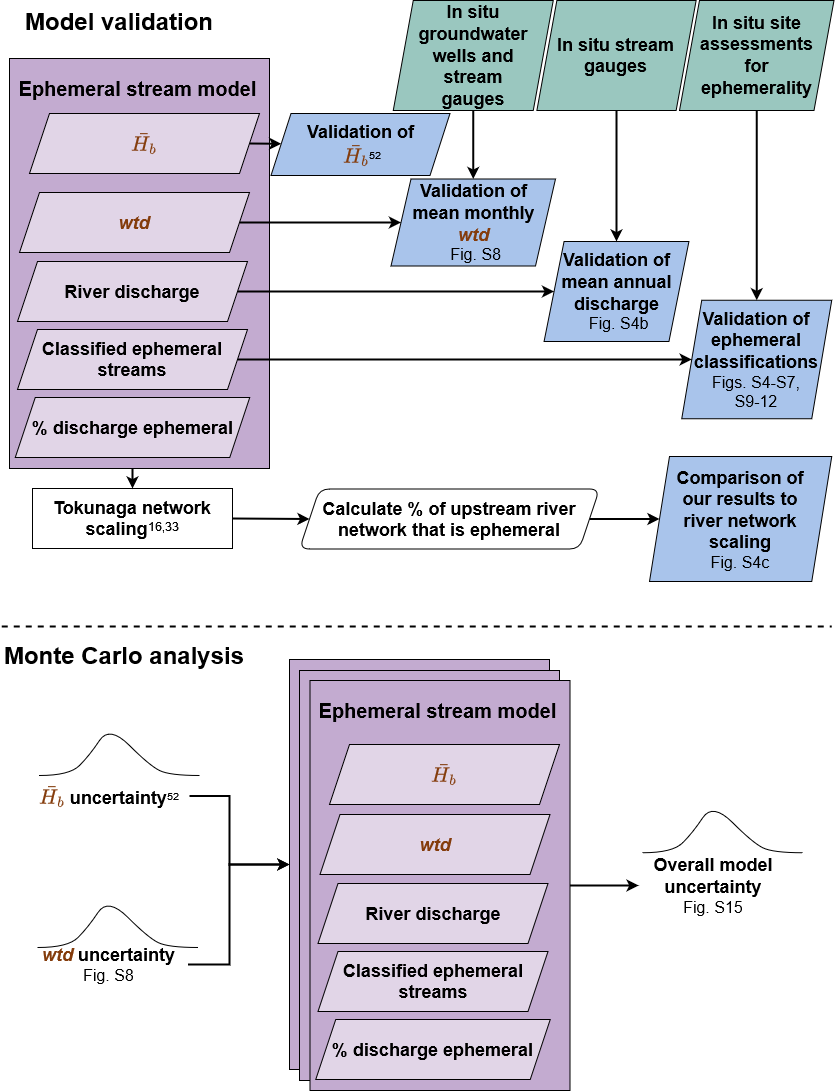
Earlier version of the draw.io export cache/flowchart_validation.png (craigbrinkerhoff/CONUS_ephemeral). Source tidied: cells renumbered, new cells last; positions are measured from the earlier drawing's top-left corner, leaving out a move shared by most shapes.
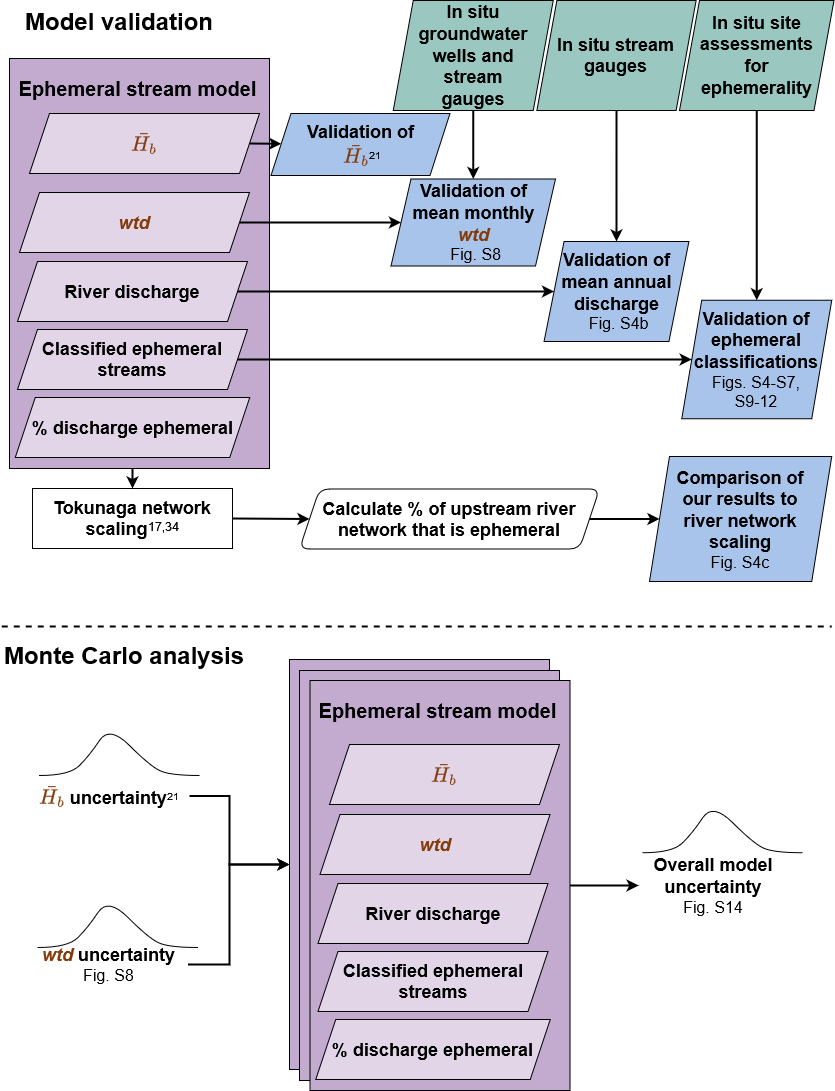
After the commit.

What changed in the source:
```diff
@@ -20,7 +20,7 @@
     <mxCell id="7" style="rounded=0;jettySize=auto;html=1;exitX=1;exitY=0.5;exitDx=0;exitDy=0;entryX=0;entryY=0.5;entryDx=0;entryDy=0;strokeWidth=2;" parent="1" edge="1" source="8" target="10">
       <mxGeometry relative="1" as="geometry" />
     </mxCell>
-    <mxCell id="8" value="&lt;div&gt;&lt;b style=&quot;font-size: 18px;&quot;&gt;&lt;font style=&quot;font-size: 18px;&quot;&gt;Tokunaga network scaling&lt;/font&gt;&lt;/b&gt;&lt;font style=&quot;font-size: 14px;&quot;&gt;&lt;sup&gt;16,33&lt;/sup&gt;&lt;/font&gt;&lt;/div&gt;" style="shape=label;whiteSpace=wrap;html=1;fixedSize=1;fillColor=#ffffff;rounded=0;" parent="1" vertex="1">
+    <mxCell id="8" value="&lt;div&gt;&lt;b style=&quot;font-size: 18px;&quot;&gt;&lt;font style=&quot;font-size: 18px;&quot;&gt;Tokunaga network scaling&lt;/font&gt;&lt;/b&gt;&lt;font style=&quot;font-size: 14px;&quot;&gt;&lt;sup&gt;17,34&lt;/sup&gt;&lt;/font&gt;&lt;/div&gt;" style="shape=label;whiteSpace=wrap;html=1;fixedSize=1;fillColor=#ffffff;rounded=0;" parent="1" vertex="1">
       <mxGeometry x="33" y="488" width="200" height="60" as="geometry" />
     </mxCell>
     <mxCell id="9" style="rounded=0;jettySize=auto;html=1;exitX=1;exitY=0.5;exitDx=0;exitDy=0;entryX=0;entryY=0.5;entryDx=0;entryDy=0;strokeWidth=2;" parent="1" edge="1" source="10" target="5">
@@ -67,7 +67,7 @@
         <mxPoint x="832.2" y="626" as="targetPoint" />
       </mxGeometry>
     </mxCell>
-    <mxCell id="22" value="&lt;b&gt;&lt;font style=&quot;font-size: 18px;&quot;&gt;Overall model uncertainty&lt;br&gt;&lt;/font&gt;&lt;/b&gt;&lt;div style=&quot;font-size: 16px;&quot;&gt;&lt;font style=&quot;font-size: 16px;&quot;&gt;Fig. S15&lt;font style=&quot;font-size: 16px;&quot;&gt;&lt;br&gt;&lt;/font&gt;&lt;/font&gt;&lt;/div&gt;" style="whiteSpace=wrap;html=1;shape=parallelogram;perimeter=parallelogramPerimeter;fixedSize=1;strokeColor=none;fillColor=none;" parent="1" vertex="1">
+    <mxCell id="22" value="&lt;b&gt;&lt;font style=&quot;font-size: 18px;&quot;&gt;Overall model uncertainty&lt;br&gt;&lt;/font&gt;&lt;/b&gt;&lt;div style=&quot;font-size: 16px;&quot;&gt;&lt;font style=&quot;font-size: 16px;&quot;&gt;Fig. S14&lt;font style=&quot;font-size: 16px;&quot;&gt;&lt;br&gt;&lt;/font&gt;&lt;/font&gt;&lt;/div&gt;" style="whiteSpace=wrap;html=1;shape=parallelogram;perimeter=parallelogramPerimeter;fixedSize=1;strokeColor=none;fillColor=none;" parent="1" vertex="1">
       <mxGeometry x="629.1" y="837.5" width="170" height="95" as="geometry" />
     </mxCell>
     <mxCell id="23" style="curved=1;endArrow=none;html=1;rounded=0;endFill=0;" parent="1" edge="1">
@@ -104,7 +104,7 @@
         </Array>
       </mxGeometry>
     </mxCell>
-    <mxCell id="26" value="&lt;b&gt;&lt;font style=&quot;font-size: 18px;&quot;&gt;&lt;font color=&quot;#843c0c&quot;&gt;\(\bar{H_b}\)&lt;/font&gt;&lt;/font&gt;&lt;/b&gt;&lt;b&gt;&lt;font style=&quot;font-size: 18px;&quot;&gt; uncertainty&lt;/font&gt;&lt;/b&gt;&lt;sup&gt;52&lt;/sup&gt;" style="text;html=1;strokeColor=none;fillColor=none;align=center;verticalAlign=middle;whiteSpace=wrap;rounded=0;" parent="1" vertex="1">
+    <mxCell id="26" value="&lt;b&gt;&lt;font style=&quot;font-size: 18px;&quot;&gt;&lt;font color=&quot;#843c0c&quot;&gt;\(\bar{H_b}\)&lt;/font&gt;&lt;/font&gt;&lt;/b&gt;&lt;b&gt;&lt;font style=&quot;font-size: 18px;&quot;&gt; uncertainty&lt;/font&gt;&lt;/b&gt;&lt;sup&gt;21&lt;/sup&gt;" style="text;html=1;strokeColor=none;fillColor=none;align=center;verticalAlign=middle;whiteSpace=wrap;rounded=0;" parent="1" vertex="1">
       <mxGeometry x="30" y="774" width="160" height="43" as="geometry" />
     </mxCell>
     <mxCell id="27" style="edgeStyle=orthogonalEdgeStyle;rounded=0;jettySize=auto;html=1;exitX=1;exitY=0.5;exitDx=0;exitDy=0;strokeWidth=2;entryX=0;entryY=0.5;entryDx=0;entryDy=0;" parent="1" edge="1" source="28" target="40">
@@ -158,7 +158,7 @@
     <mxCell id="38" value="&lt;b&gt;&lt;font style=&quot;font-size: 18px;&quot;&gt;&lt;font color=&quot;#843c0c&quot;&gt;\(\bar{H_b}\)&lt;/font&gt;&lt;/font&gt;&lt;/b&gt;&lt;b&gt;&lt;font style=&quot;font-size: 18px;&quot;&gt; &lt;/font&gt;&lt;/b&gt;" style="rounded=0;whiteSpace=wrap;html=1;fillColor=#E1D5E7;shape=parallelogram;fixedSize=1;perimeter=parallelogramPerimeter;" parent="1" vertex="1">
       <mxGeometry x="30" y="113" width="230" height="60" as="geometry" />
     </mxCell>
-    <mxCell id="39" value="&lt;div style=&quot;font-size: 18px;&quot;&gt;&lt;b&gt;Validation of&lt;/b&gt;&lt;/div&gt;&lt;div style=&quot;&quot;&gt;&lt;b&gt;&amp;nbsp;&lt;font style=&quot;font-size: 18px;&quot;&gt;&lt;font color=&quot;#843c0c&quot;&gt;\(\bar{H_b}\)&lt;/font&gt;&lt;/font&gt;&lt;/b&gt;&lt;font style=&quot;font-size: 12px;&quot;&gt;&lt;sup&gt;52&lt;/sup&gt;&lt;font style=&quot;font-size: 12px;&quot;&gt;&lt;b&gt;&lt;br&gt;&lt;/b&gt;&lt;/font&gt;&lt;/font&gt;&lt;/div&gt;" style="whiteSpace=wrap;html=1;fillColor=#A9C4EB;shape=parallelogram;perimeter=parallelogramPerimeter;fixedSize=1;" parent="1" vertex="1">
+    <mxCell id="39" value="&lt;div style=&quot;font-size: 18px;&quot;&gt;&lt;b&gt;Validation of&lt;/b&gt;&lt;/div&gt;&lt;div style=&quot;&quot;&gt;&lt;b&gt;&amp;nbsp;&lt;font style=&quot;font-size: 18px;&quot;&gt;&lt;font color=&quot;#843c0c&quot;&gt;\(\bar{H_b}\)&lt;/font&gt;&lt;/font&gt;&lt;/b&gt;&lt;font style=&quot;font-size: 12px;&quot;&gt;&lt;sup&gt;21&lt;/sup&gt;&lt;font style=&quot;font-size: 12px;&quot;&gt;&lt;b&gt;&lt;br&gt;&lt;/b&gt;&lt;/font&gt;&lt;/font&gt;&lt;/div&gt;" style="whiteSpace=wrap;html=1;fillColor=#A9C4EB;shape=parallelogram;perimeter=parallelogramPerimeter;fixedSize=1;" parent="1" vertex="1">
       <mxGeometry x="271.5" y="113" width="179" height="62" as="geometry" />
     </mxCell>
     <mxCell id="40" style="rounded=0;whiteSpace=wrap;html=1;fillColor=#C3ABD0;strokeColor=#000000;" parent="1" vertex="1">
```
